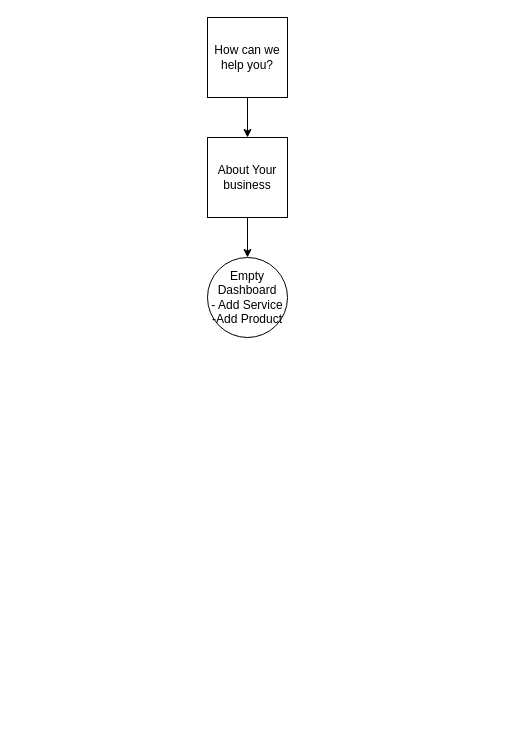
Earlier version of the draw.io diagram campusConnex.drawio (asarogers/diagram). Source tidied: cells renumbered, new cells numbered last; positions are measured from the earlier drawing's top-left corner, leaving out a move shared by most shapes. Both pictures are drawn from the tidied source at 100%, with x=0, y=0 at pixel (207, 17).
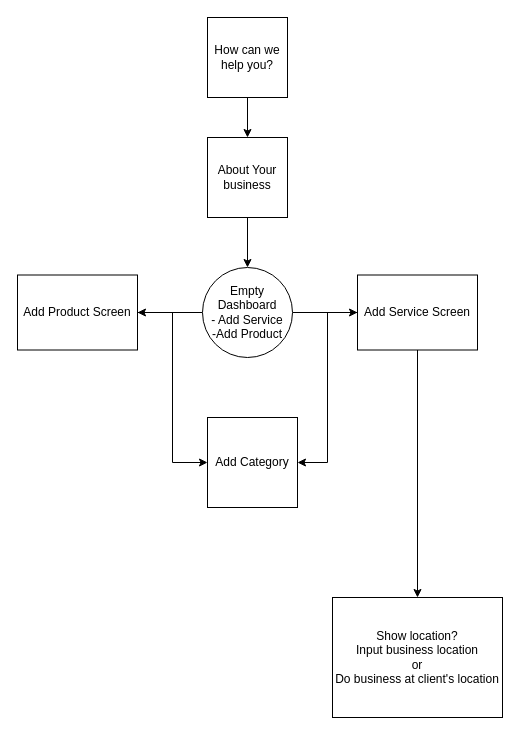
After the change.

Diff of the diagram source:
```diff
@@
 <mxGraphModel>
   <root>
     <mxCell id="0" />
     <mxCell id="1" parent="0" />
     <mxCell id="2" style="edgeStyle=orthogonalEdgeStyle;rounded=0;jettySize=auto;html=1;" parent="1" edge="1" source="3" target="5">
       <mxGeometry relative="1" as="geometry" />
     </mxCell>
     <mxCell id="3" value="How can we help you?" style="whiteSpace=wrap;html=1;" parent="1" vertex="1">
       <mxGeometry width="80" height="80" as="geometry" />
     </mxCell>
     <mxCell id="4" style="edgeStyle=orthogonalEdgeStyle;rounded=0;jettySize=auto;html=1;" parent="1" edge="1" source="5" target="6">
       <mxGeometry relative="1" as="geometry" />
     </mxCell>
     <mxCell id="5" value="About Your business" style="whiteSpace=wrap;html=1;" parent="1" vertex="1">
       <mxGeometry y="120" width="80" height="80" as="geometry" />
     </mxCell>
+    <mxCell id="7" style="edgeStyle=orthogonalEdgeStyle;rounded=0;jettySize=auto;html=1;" parent="1" edge="1" source="6" target="10">
+      <mxGeometry relative="1" as="geometry" />
+    </mxCell>
+    <mxCell id="8" style="edgeStyle=orthogonalEdgeStyle;rounded=0;jettySize=auto;html=1;" parent="1" edge="1" source="6" target="13">
+      <mxGeometry relative="1" as="geometry" />
+    </mxCell>
     <mxCell id="6" value="&lt;div&gt;Empty Dashboard&lt;/div&gt;&lt;div&gt;- Add Service&lt;/div&gt;&lt;div&gt;-Add Product&lt;br&gt;&lt;/div&gt;" style="ellipse;whiteSpace=wrap;html=1;" parent="1" vertex="1">
-      <mxGeometry y="240" width="80" height="80" as="geometry" />
+      <mxGeometry x="-5" y="250" width="90" height="90" as="geometry" />
     </mxCell>
+    <mxCell id="9" style="edgeStyle=orthogonalEdgeStyle;rounded=0;jettySize=auto;html=1;entryX=1;entryY=0.5;entryDx=0;entryDy=0;" parent="1" edge="1" source="10" target="14">
+      <mxGeometry relative="1" as="geometry" />
+    </mxCell>
+    <mxCell id="10" value="Add Service Screen" style="whiteSpace=wrap;html=1;" parent="1" vertex="1">
+      <mxGeometry x="150" y="257.5" width="120" height="75" as="geometry" />
+    </mxCell>
+    <mxCell id="11" style="edgeStyle=orthogonalEdgeStyle;rounded=0;jettySize=auto;html=1;entryX=0;entryY=0.5;entryDx=0;entryDy=0;" parent="1" edge="1" source="13" target="14">
+      <mxGeometry relative="1" as="geometry" />
+    </mxCell>
+    <mxCell id="12" style="edgeStyle=orthogonalEdgeStyle;rounded=0;jettySize=auto;html=1;exitX=0.5;exitY=1;exitDx=0;exitDy=0;" parent="1" edge="1" source="10" target="15">
+      <mxGeometry relative="1" as="geometry" />
+    </mxCell>
+    <mxCell id="13" value="Add Product Screen" style="whiteSpace=wrap;html=1;" parent="1" vertex="1">
+      <mxGeometry x="-190" y="257.5" width="120" height="75" as="geometry" />
+    </mxCell>
+    <mxCell id="14" value="Add Category" style="whiteSpace=wrap;html=1;" parent="1" vertex="1">
+      <mxGeometry y="400" width="90" height="90" as="geometry" />
+    </mxCell>
+    <mxCell id="15" value="Show location?&lt;br&gt;&lt;div&gt;Input business location&lt;/div&gt;&lt;div&gt;or&lt;/div&gt;&lt;div&gt;Do business at client's location&lt;br&gt;&lt;/div&gt;" style="whiteSpace=wrap;html=1;" parent="1" vertex="1">
+      <mxGeometry x="125" y="580" width="170" height="120" as="geometry" />
+    </mxCell>
   </root>
 </mxGraphModel>
```
